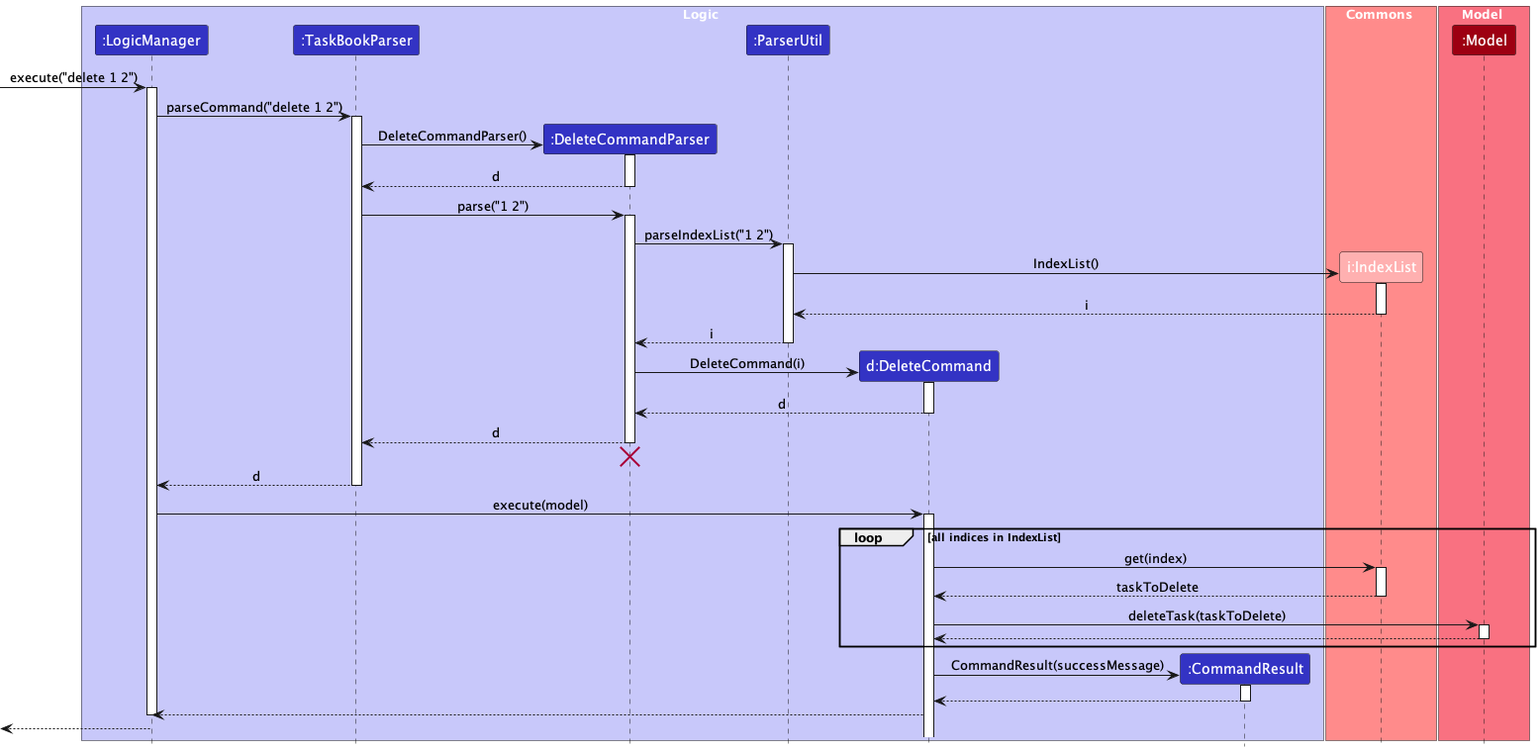
Before: docs/images/DeleteCommandSequenceDiagram.png, a diagram exported from PlantUML (nus-cs2103-AY2223S2/tp).
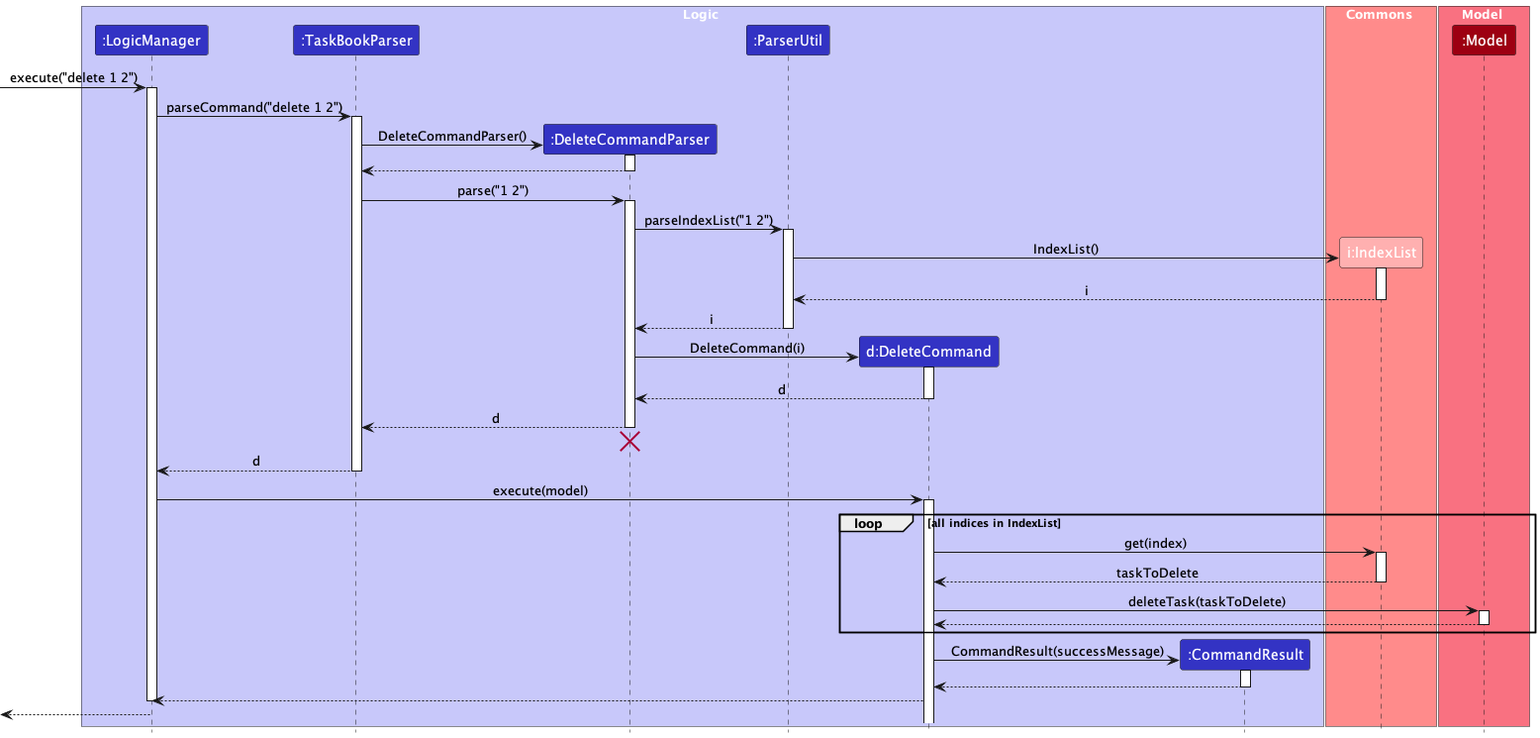
Later version of the same file.

Commit message:
Modify sequence diagram for Delete Command

What changed in the source:
```diff
@@ -29,7 +29,7 @@
 TaskBookParser -> DeleteCommandParser : DeleteCommandParser()
 activate DeleteCommandParser
 
-DeleteCommandParser --> TaskBookParser : d
+DeleteCommandParser --> TaskBookParser
 deactivate DeleteCommandParser
 
 TaskBookParser -> DeleteCommandParser : parse("1 2")
```
